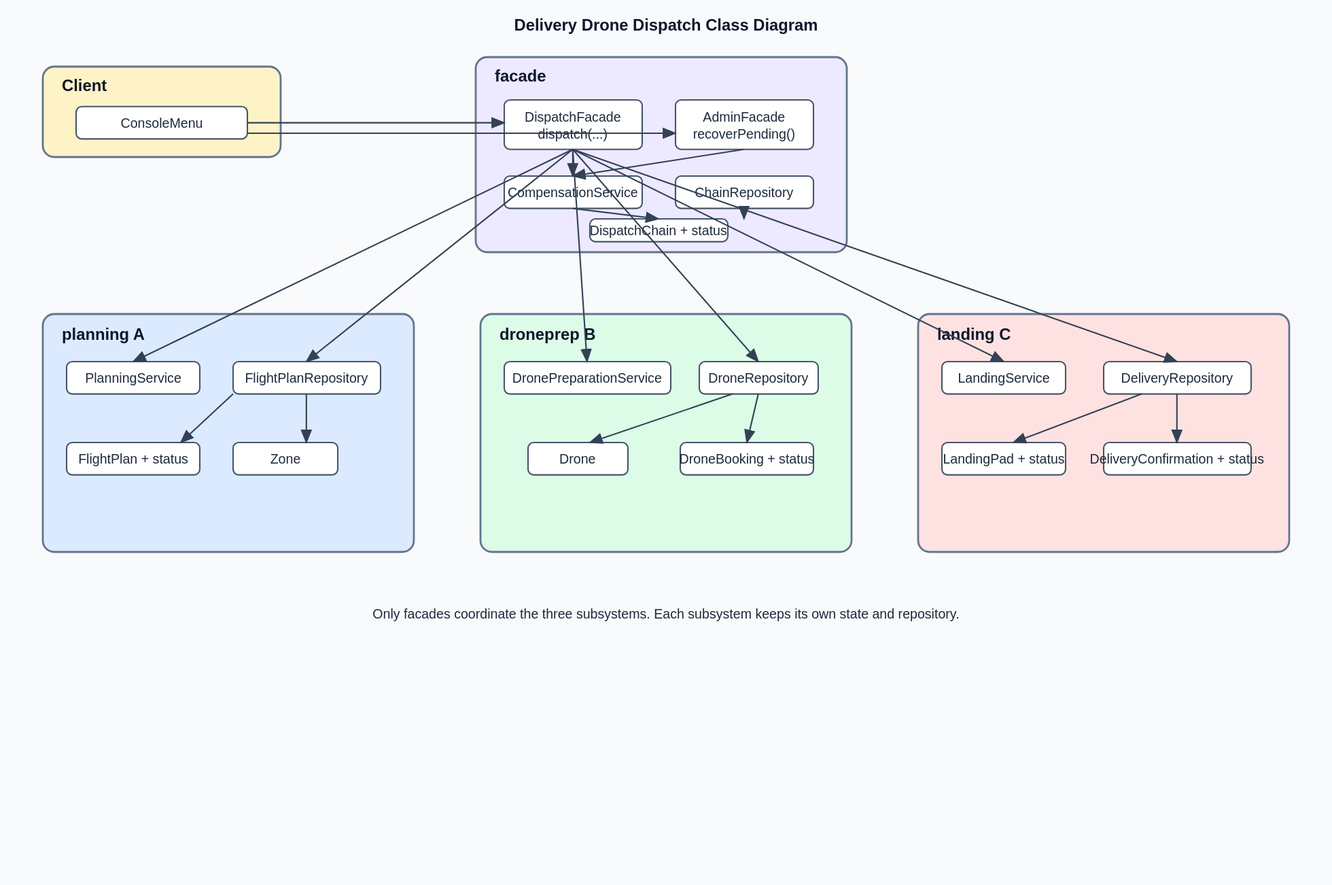
This is docs/class-diagram.svg from MangoDeath/delivery-drone-dispatch, a PlantUML export, as it was before one commit. Its source is kept beside it as docs/class-diagram.puml. The source it was exported from:
```plantuml
@startuml
skinparam classAttributeIconSize 0

class ConsoleMenu <<Client>>

package planning {
  class PlanningService
  class FlightPlanRepository
  class FlightPlan
  class Zone
  enum FlightPlanStatus
  FlightPlan --> FlightPlanStatus
  FlightPlanRepository --> FlightPlan
  FlightPlanRepository --> Zone
}

package droneprep {
  class DronePreparationService
  class DroneRepository
  class Drone
  class DroneBooking
  enum DroneBookingStatus
  DroneBooking --> DroneBookingStatus
  DroneRepository --> Drone
  DroneRepository --> DroneBooking
}

package landing {
  class LandingService
  class DeliveryRepository
  class LandingPad
  class DeliveryConfirmation
  enum LandingPadStatus
  enum DeliveryConfirmationStatus
  LandingPad --> LandingPadStatus
  DeliveryConfirmation --> DeliveryConfirmationStatus
  DeliveryRepository --> LandingPad
  DeliveryRepository --> DeliveryConfirmation
}

package facade {
  class DispatchFacade {
    +dispatch(orderId, droneId, zone, payloadKg)
  }
  class AdminFacade {
    +showAllData()
    +compensate(chainId)
    +recoverPending()
  }
  class CompensationService
  class ChainRepository
  class DispatchChain
  enum ChainStatus
  DispatchChain --> ChainStatus
  ChainRepository --> DispatchChain
  DispatchFacade --> CompensationService
  AdminFacade --> CompensationService
  CompensationService --> ChainRepository
}

ConsoleMenu --> DispatchFacade
ConsoleMenu --> AdminFacade
DispatchFacade --> PlanningService
DispatchFacade --> DronePreparationService
DispatchFacade --> LandingService
DispatchFacade --> FlightPlanRepository
DispatchFacade --> DroneRepository
DispatchFacade --> DeliveryRepository
AdminFacade --> FlightPlanRepository
AdminFacade --> DroneRepository
AdminFacade --> DeliveryRepository
@enduml
```
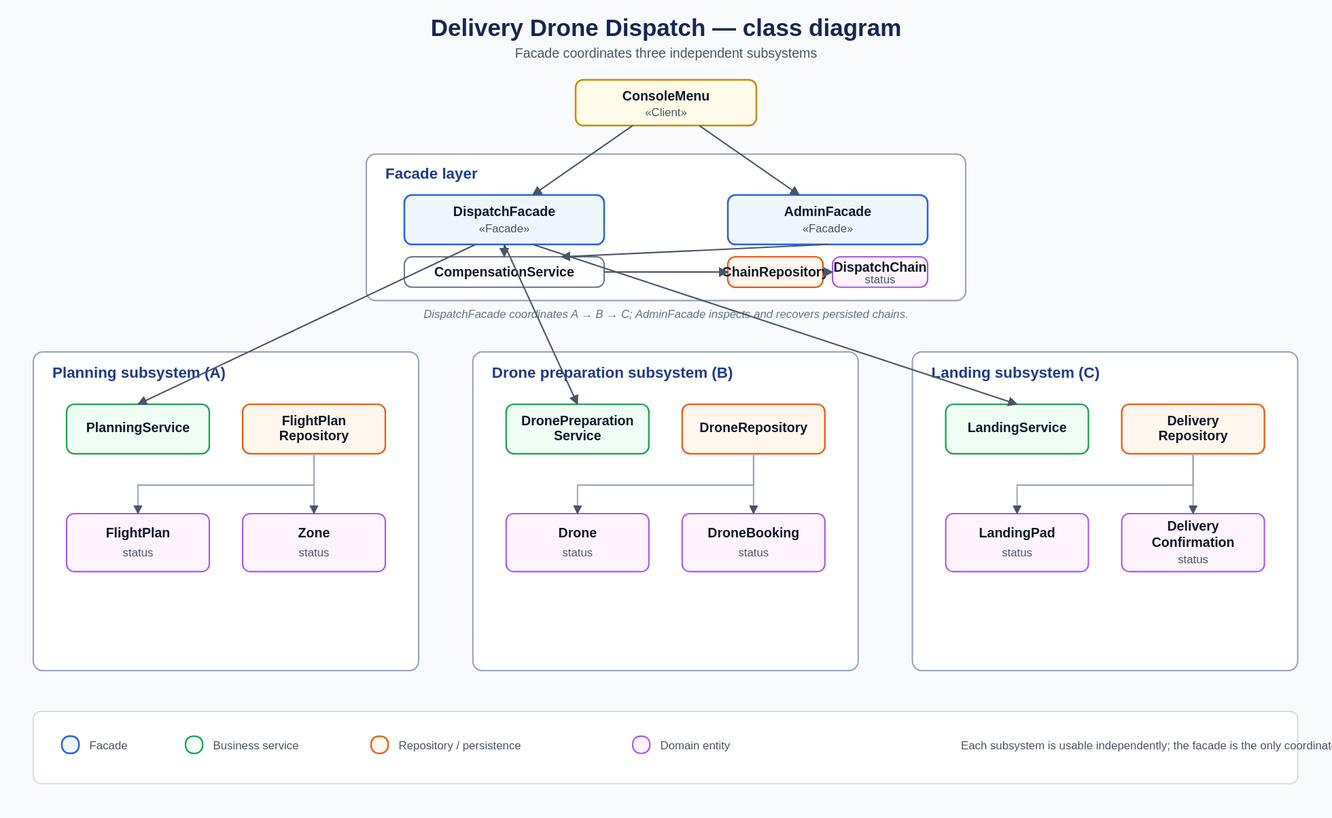
The same diagram one commit later.

Commit message:
Improve UML diagram layout

Diff of the diagram source:
```diff
@@ -1,72 +1,83 @@
 @startuml
+title Delivery Drone Dispatch — class diagram
+
+top to bottom direction
 skinparam classAttributeIconSize 0
+skinparam linetype ortho
+skinparam packageStyle rectangle
+skinparam shadowing false
 
 class ConsoleMenu <<Client>>
 
-package planning {
+package "Facade layer" {
+  class DispatchFacade <<Facade>>
+  class AdminFacade <<Facade>>
+  class CompensationService
+  class ChainRepository
+  class DispatchChain {
+    status
+  }
+}
+
+package "Planning subsystem (A)" {
   class PlanningService
   class FlightPlanRepository
-  class FlightPlan
-  class Zone
-  enum FlightPlanStatus
-  FlightPlan --> FlightPlanStatus
-  FlightPlanRepository --> FlightPlan
-  FlightPlanRepository --> Zone
+  class FlightPlan {
+    status
+  }
+  class Zone {
+    status
+  }
 }
 
-package droneprep {
+package "Drone preparation subsystem (B)" {
   class DronePreparationService
   class DroneRepository
-  class Drone
-  class DroneBooking
-  enum DroneBookingStatus
-  DroneBooking --> DroneBookingStatus
-  DroneRepository --> Drone
-  DroneRepository --> DroneBooking
+  class Drone {
+    status
+  }
+  class DroneBooking {
+    status
+  }
 }
 
-package landing {
+package "Landing subsystem (C)" {
   class LandingService
   class DeliveryRepository
-  class LandingPad
-  class DeliveryConfirmation
-  enum LandingPadStatus
-  enum DeliveryConfirmationStatus
-  LandingPad --> LandingPadStatus
-  DeliveryConfirmation --> DeliveryConfirmationStatus
-  DeliveryRepository --> LandingPad
-  DeliveryRepository --> DeliveryConfirmation
-}
-
-package facade {
-  class DispatchFacade {
-    +dispatch(orderId, droneId, zone, payloadKg)
+  class LandingPad {
+    status
   }
-  class AdminFacade {
-    +showAllData()
-    +compensate(chainId)
-    +recoverPending()
+  class DeliveryConfirmation {
+    status
   }
-  class CompensationService
-  class ChainRepository
-  class DispatchChain
-  enum ChainStatus
-  DispatchChain --> ChainStatus
-  ChainRepository --> DispatchChain
-  DispatchFacade --> CompensationService
-  AdminFacade --> CompensationService
-  CompensationService --> ChainRepository
 }
 
 ConsoleMenu --> DispatchFacade
 ConsoleMenu --> AdminFacade
+
 DispatchFacade --> PlanningService
 DispatchFacade --> DronePreparationService
 DispatchFacade --> LandingService
-DispatchFacade --> FlightPlanRepository
-DispatchFacade --> DroneRepository
-DispatchFacade --> DeliveryRepository
-AdminFacade --> FlightPlanRepository
-AdminFacade --> DroneRepository
-AdminFacade --> DeliveryRepository
+DispatchFacade --> CompensationService
+AdminFacade --> CompensationService
+CompensationService --> ChainRepository
+ChainRepository --> DispatchChain
+
+FlightPlanRepository --> FlightPlan
+FlightPlanRepository --> Zone
+DroneRepository --> Drone
+DroneRepository --> DroneBooking
+DeliveryRepository --> LandingPad
+DeliveryRepository --> DeliveryConfirmation
+
+note right of AdminFacade
+  Inspects persisted chains
+  and starts recovery.
+end note
+
+note bottom of DispatchFacade
+  Coordinates A → B → C.
+  Services keep business rules;
+  repositories own persistence.
+end note
 @enduml
```
